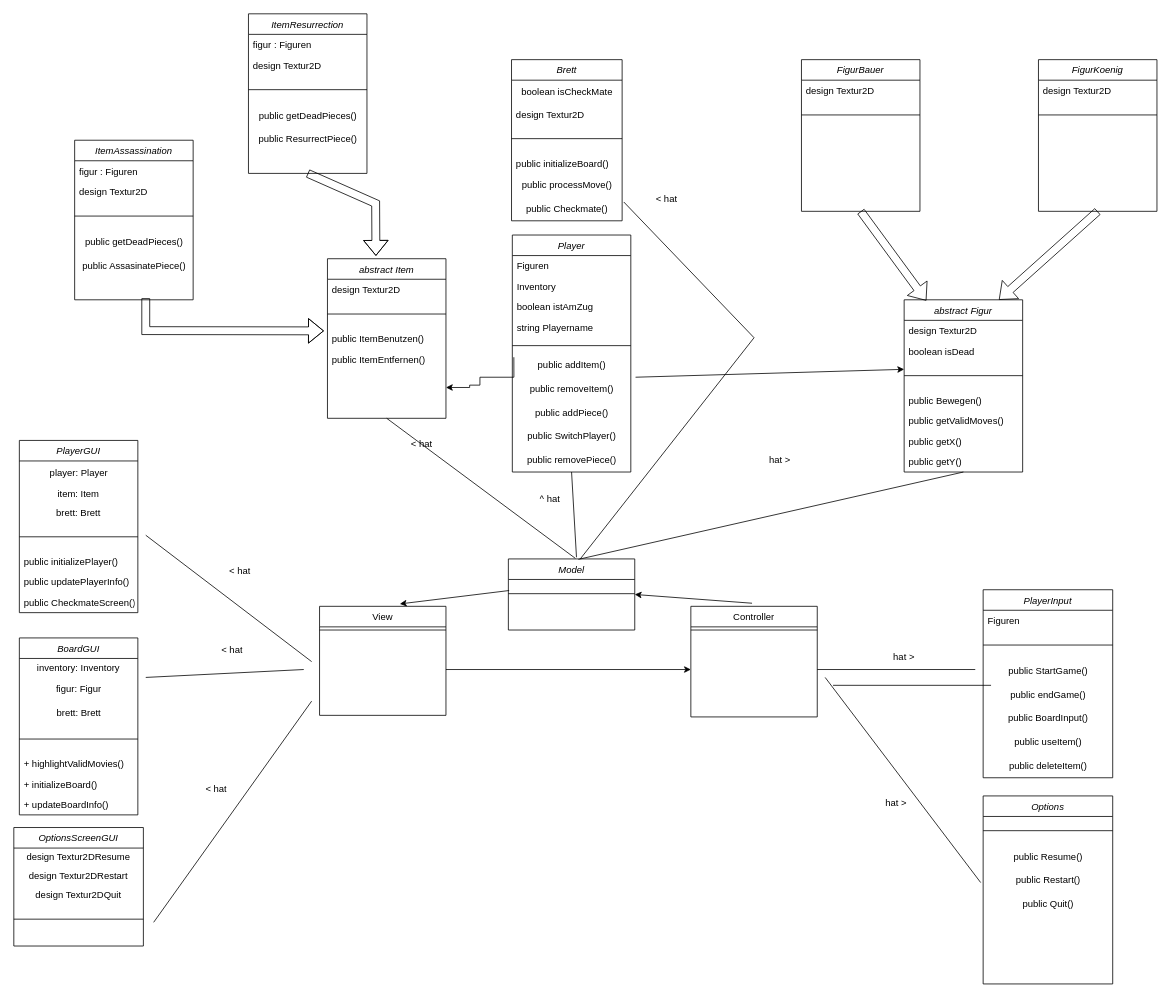
Before: ProjektSmthidk.drawio in Swagsy/Eclipselovers69, a draw.io diagram. Source tidied: cells renumbered, new cells numbered last; positions are measured from the earlier drawing's top-left corner, leaving out a move shared by most shapes. Both pictures are drawn from the tidied source at 79%, with x=0, y=0 at pixel (13, 13).
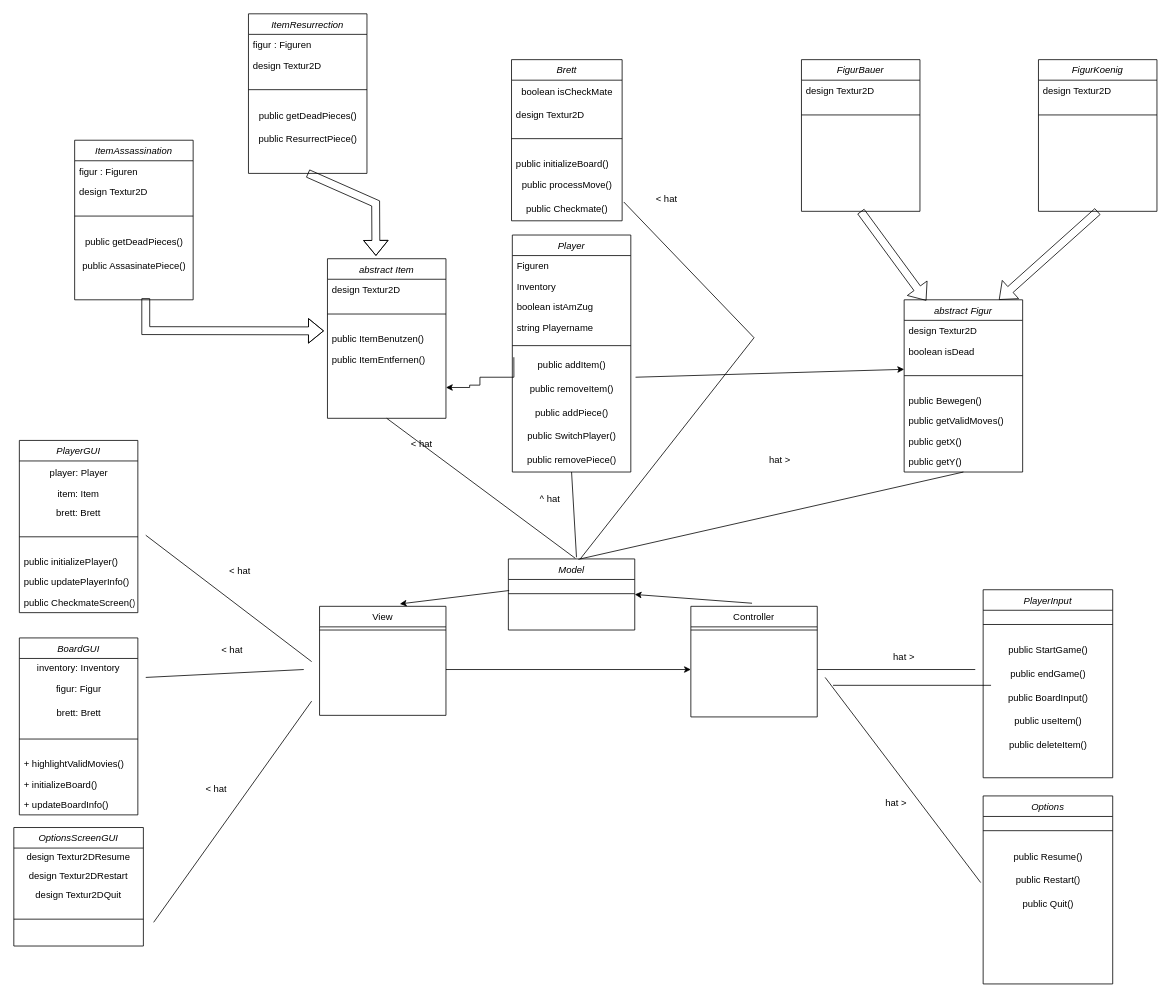
Above is the later version.

The change refers to these unchanged cells:
```xml
<mxCell id="101" value="PlayerInput" style="swimlane;fontStyle=2;align=center;verticalAlign=top;horizontal=1;startSize=26;rounded=0;shadow=0;strokeWidth=1;" parent="1" vertex="1">
  <mxGeometry x="1227" y="729" width="164" height="238" as="geometry" />
</mxCell>
```

What changed in the source:
```diff
@@
-    <mxCell id="102" value="Figuren&#10;" style="text;align=left;verticalAlign=top;spacingLeft=4;spacingRight=4;overflow=hidden;" parent="101" vertex="1">
-      <mxGeometry y="26" width="164" height="26" as="geometry" />
-    </mxCell>
     <mxCell id="103" style="line;html=1;strokeWidth=1;align=left;verticalAlign=middle;spacingTop=-1;spacingLeft=3;spacingRight=3;labelPosition=right;" parent="101" vertex="1">
-      <mxGeometry y="52" width="164" height="36" as="geometry" />
+      <mxGeometry y="26" width="164" height="36" as="geometry" />
     </mxCell>
     <mxCell id="104" value="public StartGame()" style="text;html=1;align=center;verticalAlign=middle;strokeColor=none;fillColor=none;" parent="101" vertex="1">
-      <mxGeometry y="88" width="164" height="30" as="geometry" />
+      <mxGeometry y="62" width="164" height="30" as="geometry" />
     </mxCell>
     <mxCell id="105" value="public endGame()" style="text;html=1;align=center;verticalAlign=middle;strokeColor=none;fillColor=none;" parent="101" vertex="1">
-      <mxGeometry y="118" width="164" height="30" as="geometry" />
+      <mxGeometry y="92" width="164" height="30" as="geometry" />
     </mxCell>
     <mxCell id="106" value="public BoardInput()" style="text;html=1;align=center;verticalAlign=middle;strokeColor=none;fillColor=none;" parent="101" vertex="1">
-      <mxGeometry y="148" width="164" height="30" as="geometry" />
+      <mxGeometry y="122" width="164" height="30" as="geometry" />
     </mxCell>
     <mxCell id="107" value="public useItem()" style="text;html=1;align=center;verticalAlign=middle;strokeColor=none;fillColor=none;" parent="101" vertex="1">
-      <mxGeometry y="178" width="164" height="30" as="geometry" />
+      <mxGeometry y="152" width="164" height="30" as="geometry" />
     </mxCell>
     <mxCell id="108" value="public deleteItem()" style="text;html=1;align=center;verticalAlign=middle;strokeColor=none;fillColor=none;" parent="101" vertex="1">
-      <mxGeometry y="208" width="164" height="30" as="geometry" />
+      <mxGeometry y="182" width="164" height="30" as="geometry" />
     </mxCell>
```
